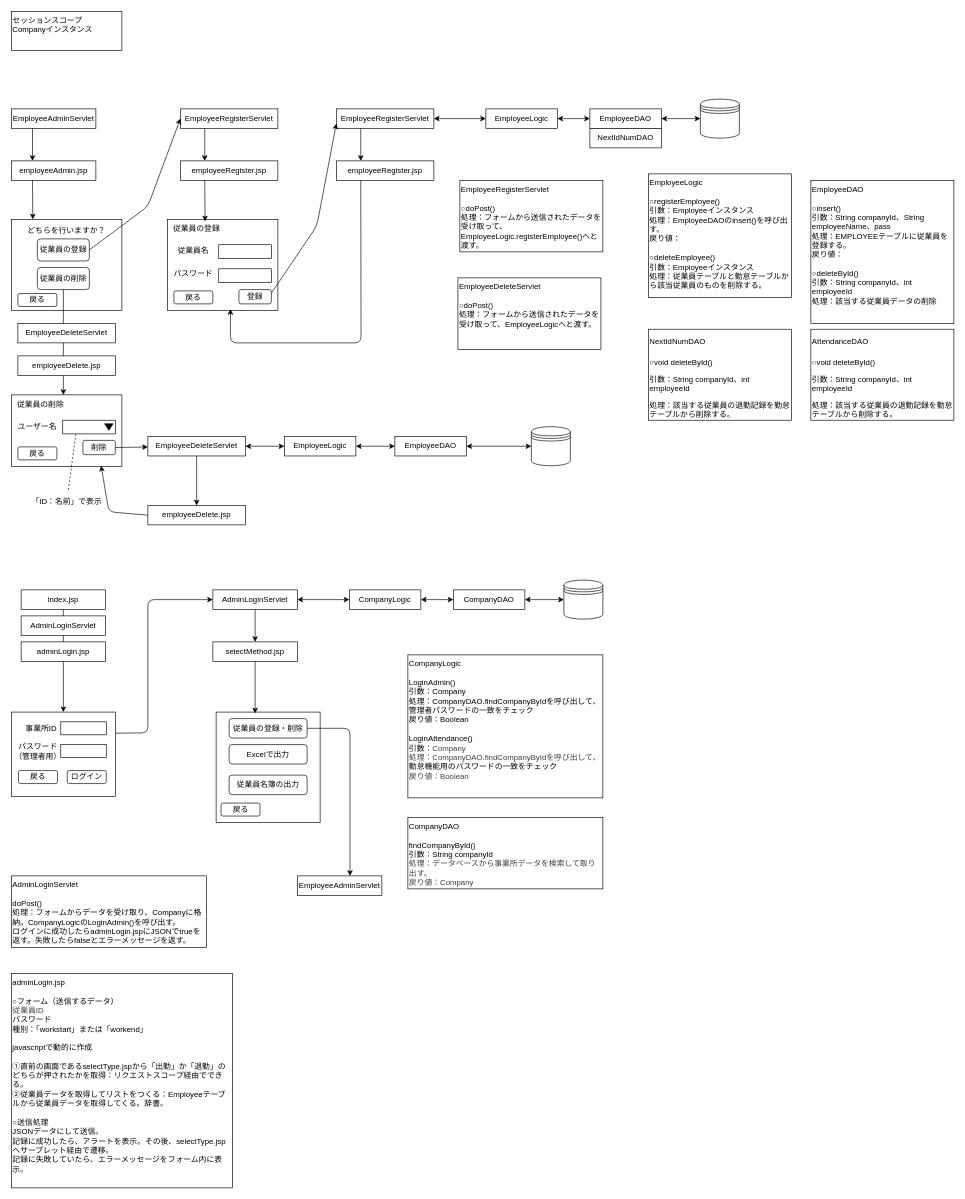
Above: page "従業員管理機能" (6 of 10) of ドキュメント/制作物案.drawio in Kura-Hiroshi/Attendance_webapp (draw.io), before the change. Source tidied: cells renumbered, new cells numbered last; positions are measured from the earlier drawing's top-left corner, leaving out a move shared by most shapes. Both pictures are drawn from the tidied source at 65%, with x=0, y=0 at pixel (11, 11).
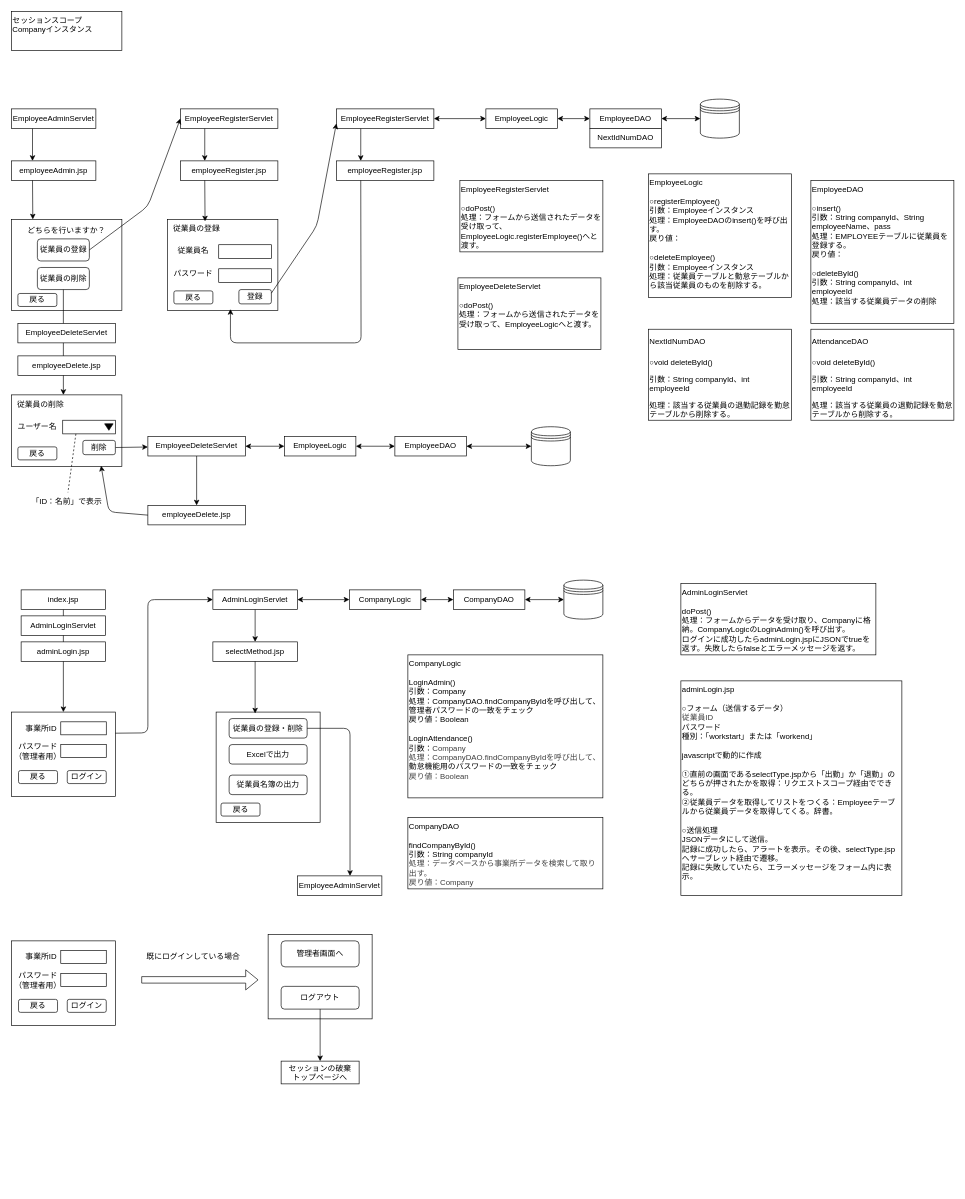
The same page after the edit.

Change to the diagram source:
```diff
@@
     <mxCell id="72" value="&lt;span style=&quot;color: rgb(0, 0, 0); text-align: center;&quot;&gt;AdminLoginServlet&lt;/span&gt;&lt;br&gt;&lt;div&gt;&lt;br&gt;&lt;/div&gt;&lt;div&gt;&lt;span style=&quot;background-color: transparent;&quot;&gt;doPost()&lt;/span&gt;&lt;/div&gt;&lt;div&gt;&lt;span style=&quot;background-color: transparent;&quot;&gt;処理：フォームからデータを受け取り、Companyに格納。CompanyLogicのLoginAdmin()を呼び出す。&lt;/span&gt;&lt;/div&gt;&lt;div&gt;&lt;span style=&quot;background-color: transparent;&quot;&gt;ログインに成功したらadminLogin.jspにJSONでtrueを返す。失敗したらfalseとエラーメッセージを返す。&lt;/span&gt;&lt;/div&gt;" style="text;html=1;align=left;verticalAlign=top;whiteSpace=wrap;rounded=0;strokeColor=default;" parent="1" vertex="1">
-      <mxGeometry y="1330" width="300" height="110" as="geometry" />
+      <mxGeometry x="1030" y="880" width="300" height="110" as="geometry" />
     </mxCell>
     <mxCell id="73" value="adminLogin.jsp&lt;div&gt;&lt;br&gt;&lt;/div&gt;&lt;div&gt;○フォーム（送信するデータ）&lt;/div&gt;&lt;div&gt;&lt;span style=&quot;color: rgb(63, 63, 63);&quot;&gt;従業員ID&lt;/span&gt;&lt;/div&gt;&lt;div&gt;パスワード&lt;/div&gt;&lt;div&gt;種別：「workstart」または「workend」&lt;/div&gt;&lt;div&gt;&lt;br&gt;&lt;/div&gt;&lt;div&gt;&lt;span style=&quot;background-color: transparent;&quot;&gt;javascriptで動的に作成&lt;/span&gt;&lt;/div&gt;&lt;div&gt;&lt;span style=&quot;background-color: transparent;&quot;&gt;&lt;br&gt;&lt;/span&gt;&lt;/div&gt;&lt;div&gt;&lt;span style=&quot;color: rgb(0, 0, 0); text-align: center;&quot;&gt;①直前の画面であるselectType.jspから「出勤」か「退勤」のどちらが押されたかを取得：リクエストスコープ経由でできる。&lt;/span&gt;&lt;/div&gt;&lt;div&gt;&lt;span style=&quot;color: rgb(0, 0, 0); text-align: center;&quot;&gt;②従業員データを取得してリストをつくる：Employeeテーブルから従業員データを取得してくる。辞書。&lt;/span&gt;&lt;/div&gt;&lt;div&gt;&lt;span style=&quot;color: rgb(0, 0, 0); text-align: center;&quot;&gt;&lt;br&gt;&lt;/span&gt;&lt;/div&gt;&lt;div&gt;&lt;span style=&quot;color: rgb(0, 0, 0); text-align: center;&quot;&gt;○送信処理&lt;/span&gt;&lt;/div&gt;&lt;div&gt;&lt;span style=&quot;color: rgb(0, 0, 0); text-align: center;&quot;&gt;JSONデータにして送信。&lt;/span&gt;&lt;/div&gt;&lt;div&gt;&lt;span style=&quot;color: rgb(0, 0, 0); text-align: center;&quot;&gt;記録に成功したら、アラートを表示。その後、&lt;/span&gt;&lt;span style=&quot;color: rgb(0, 0, 0); text-align: center; background-color: transparent;&quot;&gt;selectType.jspへサーブレット経由で遷移。&lt;/span&gt;&lt;/div&gt;&lt;div&gt;&lt;span style=&quot;color: rgb(0, 0, 0); text-align: center; background-color: transparent;&quot;&gt;記録に失敗していたら、エラーメッセージをフォーム内に表示。&lt;/span&gt;&lt;/div&gt;" style="text;html=1;align=left;verticalAlign=top;whiteSpace=wrap;rounded=0;strokeColor=default;" parent="1" vertex="1">
-      <mxGeometry y="1480" width="340" height="330" as="geometry" />
+      <mxGeometry x="1030" y="1030" width="340" height="330" as="geometry" />
     </mxCell>
@@
+    <mxCell id="103" style="group;" parent="1" vertex="1">
+      <mxGeometry y="1430" width="160" height="130" as="geometry" />
+    </mxCell>
+    <mxCell id="104" style="rounded=0;whiteSpace=wrap;html=1;" parent="103" vertex="1">
+      <mxGeometry width="160" height="130" as="geometry" />
+    </mxCell>
+    <mxCell id="105" value="事業所ID" style="text;html=1;align=center;verticalAlign=middle;whiteSpace=wrap;rounded=0;" parent="103" vertex="1">
+      <mxGeometry x="16" y="10" width="60" height="30" as="geometry" />
+    </mxCell>
+    <mxCell id="106" style="rounded=0;whiteSpace=wrap;html=1;" parent="103" vertex="1">
+      <mxGeometry x="76" y="15" width="70" height="20" as="geometry" />
+    </mxCell>
+    <mxCell id="107" style="rounded=0;whiteSpace=wrap;html=1;" parent="103" vertex="1">
+      <mxGeometry x="76" y="50" width="70" height="20" as="geometry" />
+    </mxCell>
+    <mxCell id="108" value="パスワード&lt;div&gt;（管理者用）&lt;/div&gt;" style="text;html=1;align=center;verticalAlign=middle;whiteSpace=wrap;rounded=0;" parent="103" vertex="1">
+      <mxGeometry x="1" y="46" width="80" height="30" as="geometry" />
+    </mxCell>
+    <mxCell id="109" value="ログイン" style="rounded=1;whiteSpace=wrap;html=1;" parent="103" vertex="1">
+      <mxGeometry x="86" y="90" width="60" height="20" as="geometry" />
+    </mxCell>
+    <mxCell id="110" value="戻る" style="rounded=1;whiteSpace=wrap;html=1;" parent="103" vertex="1">
+      <mxGeometry x="11" y="90" width="60" height="20" as="geometry" />
+    </mxCell>
+    <mxCell id="111" style="shape=flexArrow;endArrow=classic;html=1;" parent="1" edge="1">
+      <mxGeometry relative="1" as="geometry">
+        <mxPoint x="200" y="1490" as="sourcePoint" />
+        <mxPoint x="380" y="1490" as="targetPoint" />
+      </mxGeometry>
+    </mxCell>
+    <mxCell id="112" value="既にログインしている場合" style="text;html=1;align=center;verticalAlign=middle;whiteSpace=wrap;rounded=0;" parent="1" vertex="1">
+      <mxGeometry x="200" y="1440" width="160" height="30" as="geometry" />
+    </mxCell>
+    <mxCell id="113" style="group;" parent="1" vertex="1">
+      <mxGeometry x="390" y="1430" width="165" height="130" as="geometry" />
+    </mxCell>
+    <mxCell id="114" style="rounded=0;whiteSpace=wrap;html=1;" parent="113" vertex="1">
+      <mxGeometry x="5" y="-10" width="160" height="130" as="geometry" />
+    </mxCell>
+    <mxCell id="115" value="管理者画面へ" style="rounded=1;whiteSpace=wrap;html=1;" parent="113" vertex="1">
+      <mxGeometry x="25" width="120" height="40" as="geometry" />
+    </mxCell>
+    <mxCell id="116" value="ログアウト" style="rounded=1;whiteSpace=wrap;html=1;" parent="113" vertex="1">
+      <mxGeometry x="25" y="70" width="120" height="35" as="geometry" />
+    </mxCell>
+    <mxCell id="117" value="セッションの破棄&lt;div&gt;トップページへ&lt;/div&gt;" style="rounded=0;whiteSpace=wrap;html=1;" parent="1" vertex="1">
+      <mxGeometry x="415" y="1615" width="120" height="35" as="geometry" />
+    </mxCell>
+    <mxCell id="118" style="edgeStyle=none;html=1;" parent="1" edge="1" source="116" target="117">
+      <mxGeometry relative="1" as="geometry" />
+    </mxCell>
```
